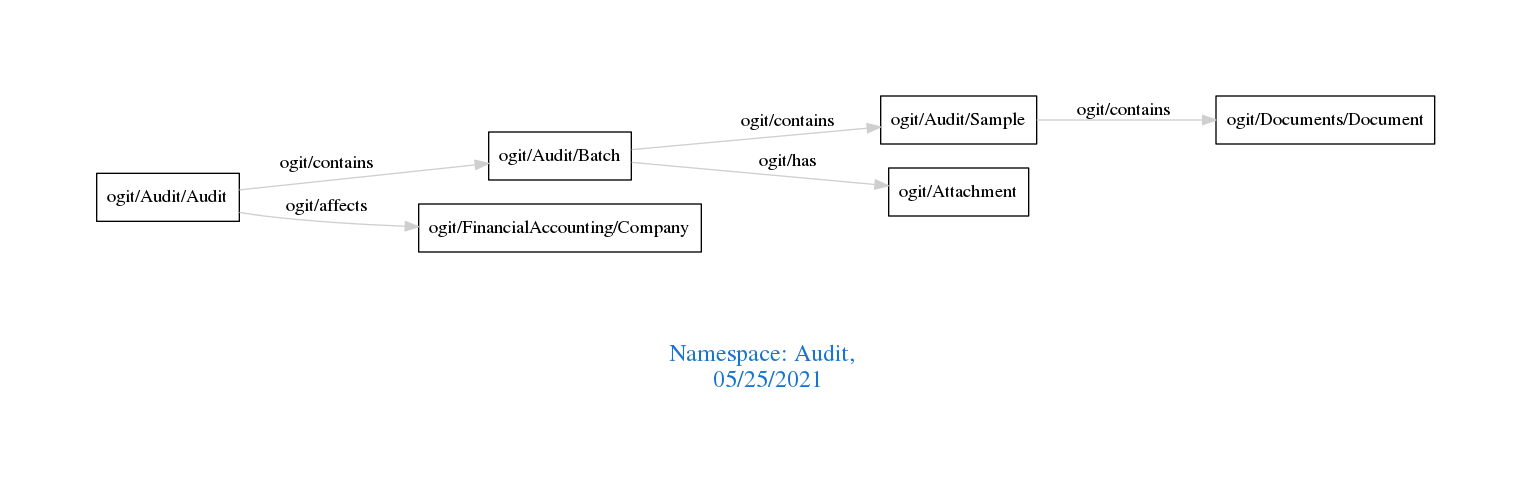
The Graphviz diagram downloads/Audit.png in arago/OGIT, before a commit. Its source is kept beside it as downloads/Audit.dot.
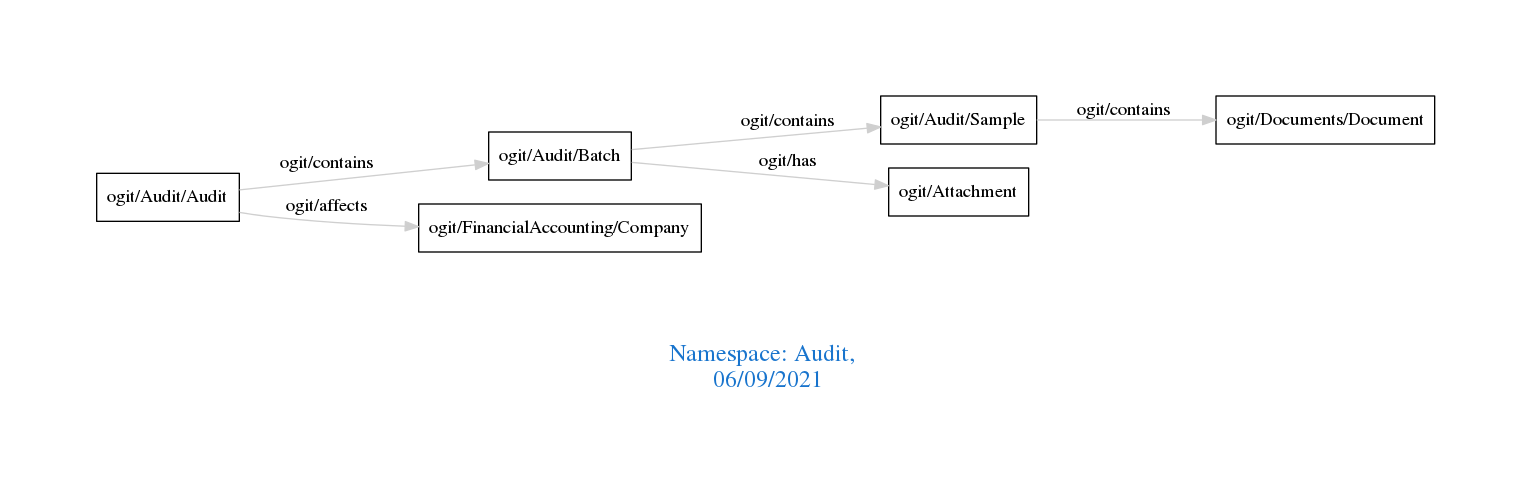
Later version of the same file.

Change to the diagram source:
```diff
@@ -1,7 +1,7 @@
 digraph OGIT_ontology {
  graph [ rankdir= LR,pad=1
 fontsize = 18,
-fontcolor= dodgerblue3,label = "\n\n\nNamespace: Audit, \n 05/25/2021"];
+fontcolor= dodgerblue3,label = "\n\n\nNamespace: Audit, \n 06/09/2021"];
 node[shape=polygon];
 edge [  color="gray81"];
 
```
